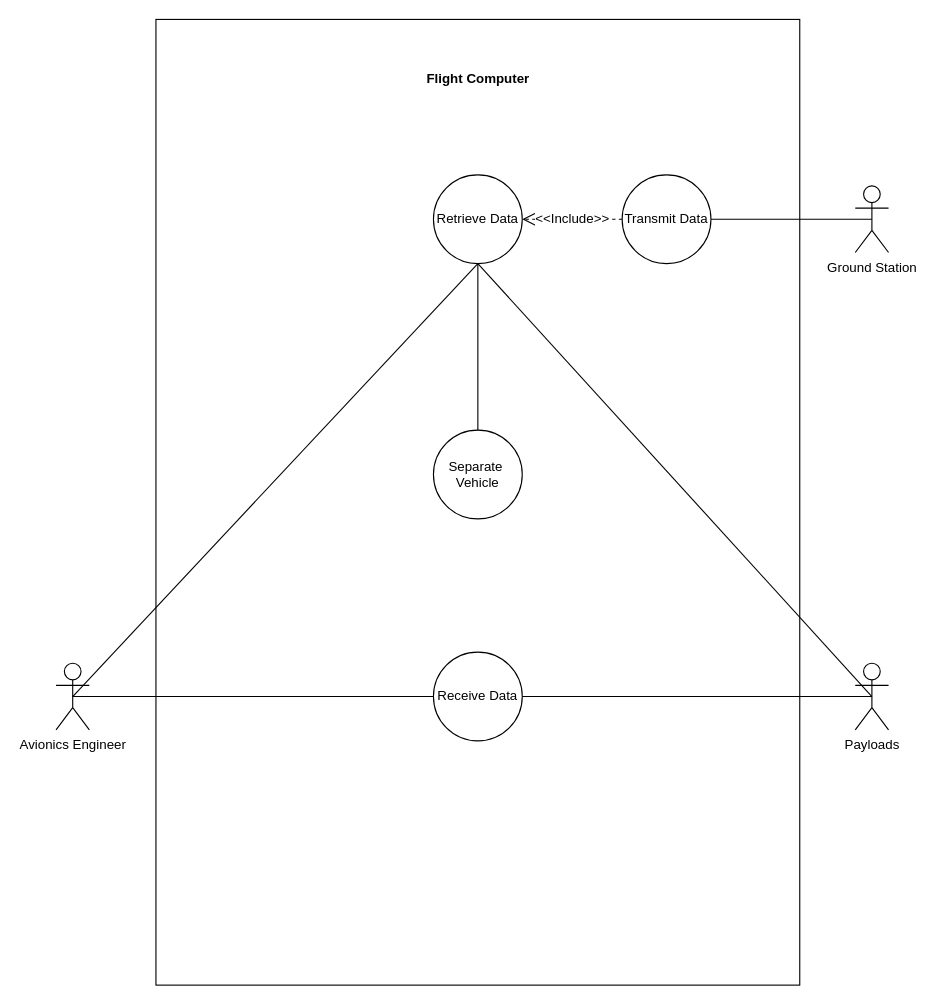
The draw.io diagram page "Use Case Diagram" (1 of 3) of Untitled Diagram.drawio in ckeer0/Personal-Projects, before the edit. Source tidied: cells renumbered, new cells numbered last; positions are measured from the earlier drawing's top-left corner, leaving out a move shared by most shapes. Both pictures are drawn from the tidied source at 111%, with x=0, y=0 at pixel (56, 19).
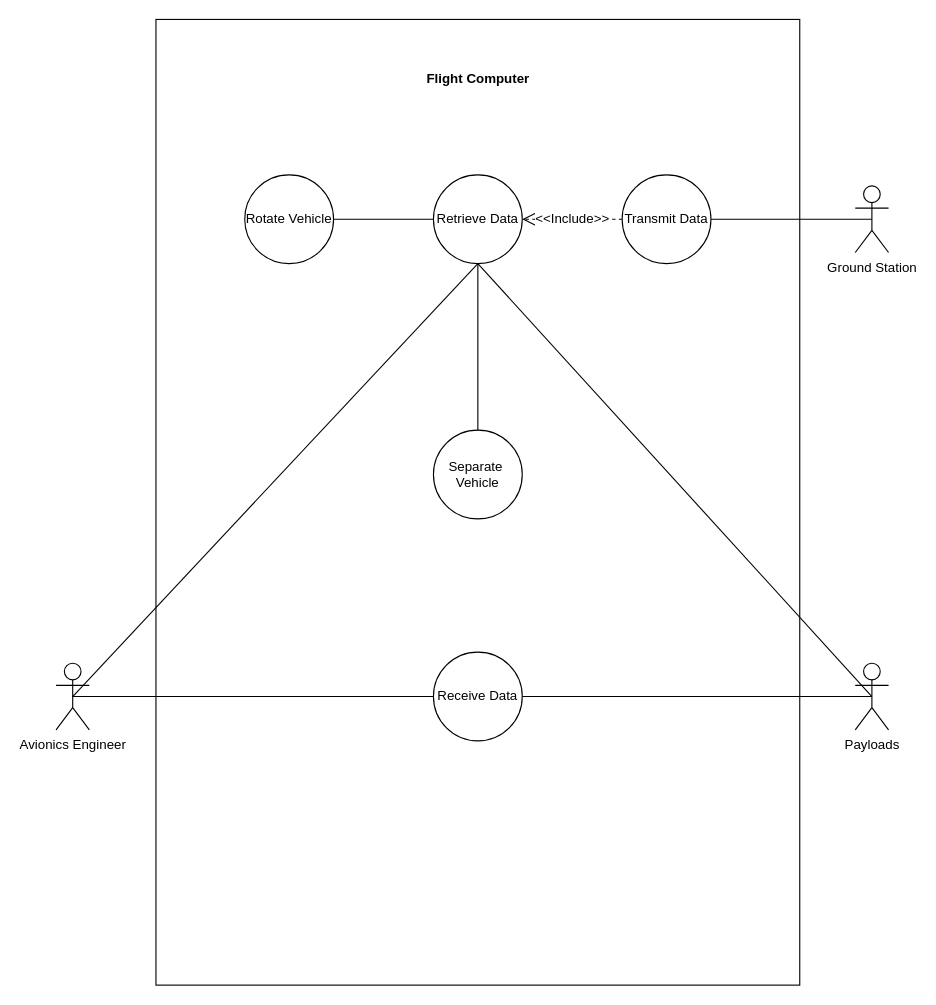
The same page after the edit.

Change to the diagram source:
```diff
@@
+    <mxCell id="18" value="Rotate Vehicle" style="ellipse;whiteSpace=wrap;html=1;fontSize=12;fontStyle=0;" parent="1" vertex="1">
+      <mxGeometry x="170" y="140" width="80" height="80" as="geometry" />
+    </mxCell>
+    <mxCell id="19" style="endArrow=none;html=1;rounded=0;" parent="1" edge="1">
+      <mxGeometry relative="1" as="geometry">
+        <mxPoint x="250" y="180" as="sourcePoint" />
+        <mxPoint x="340" y="180" as="targetPoint" />
+      </mxGeometry>
+    </mxCell>
```
